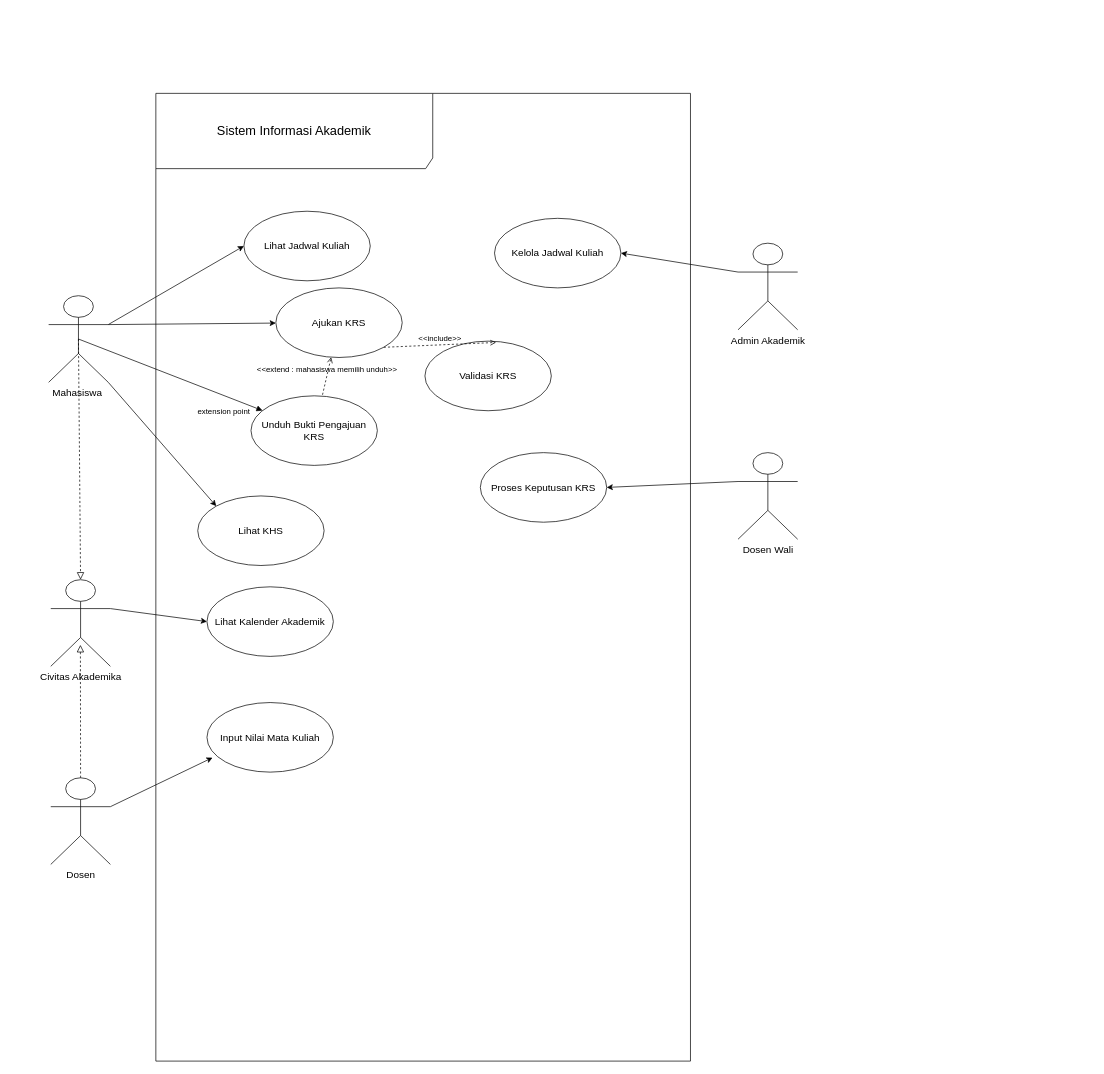
Above: 03_latihan_tools/P04/SIA/P04_2406011_SIA_usecase_v01.drawio in rssyiff/IFRWP5149_2406011_LabAlat (draw.io), before the change. Source tidied: cells renumbered, new cells numbered last; positions are measured from the earlier drawing's top-left corner, leaving out a move shared by most shapes. Both pictures are drawn from the tidied source at 71%, with x=0, y=0 at pixel (48, 93).
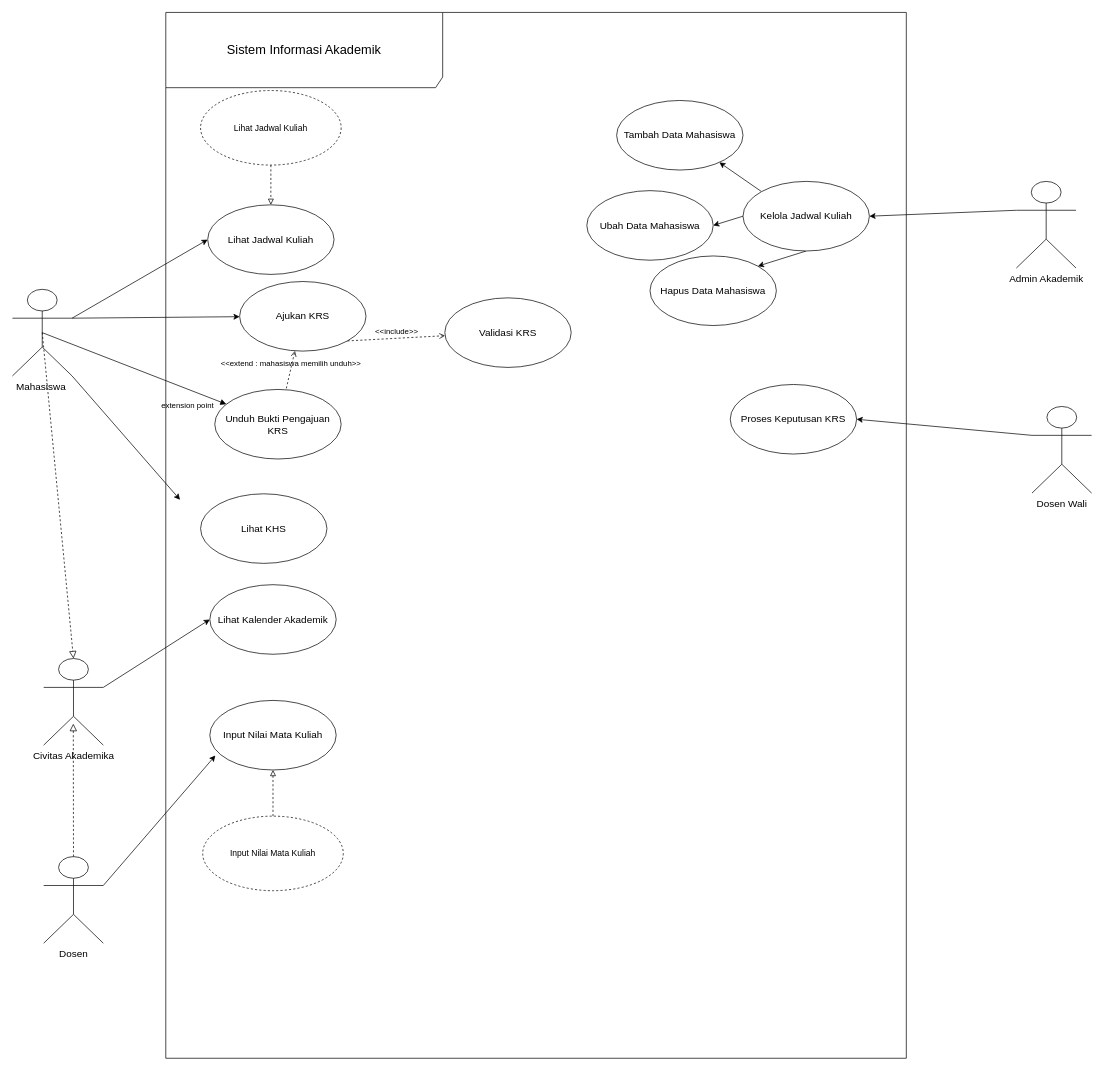
Above is the later version.

Change to the diagram source:
```diff
@@
     <mxCell id="2" value="&lt;font style=&quot;font-size: 18px;&quot;&gt;Sistem Informasi Akademik&lt;/font&gt;" style="shape=umlFrame;whiteSpace=wrap;html=1;width=390;height=106;" parent="1" vertex="1">
-      <mxGeometry x="151" width="753" height="1363" as="geometry" />
+      <mxGeometry x="165" y="-114" width="1043" height="1473" as="geometry" />
     </mxCell>
+    <mxCell id="29" style="rounded=0;jettySize=auto;html=1;exitX=0.5;exitY=1;exitDx=0;exitDy=0;entryX=1;entryY=0;entryDx=0;entryDy=0;defaultLabelBackgroundColor=page;" parent="2" edge="1" source="3" target="34">
+      <mxGeometry relative="1" as="geometry" />
+    </mxCell>
+    <mxCell id="30" style="rounded=0;jettySize=auto;html=1;exitX=0;exitY=0.5;exitDx=0;exitDy=0;entryX=1;entryY=0.5;entryDx=0;entryDy=0;defaultLabelBackgroundColor=page;" parent="2" edge="1" source="3" target="33">
+      <mxGeometry relative="1" as="geometry" />
+    </mxCell>
+    <mxCell id="31" style="rounded=0;jettySize=auto;html=1;exitX=0;exitY=0;exitDx=0;exitDy=0;defaultLabelBackgroundColor=page;" parent="2" edge="1" source="3" target="32">
+      <mxGeometry relative="1" as="geometry" />
+    </mxCell>
     <mxCell id="3" value="&lt;font style=&quot;font-size: 14px;&quot;&gt;Kelola Jadwal Kuliah&lt;/font&gt;" style="ellipse;whiteSpace=wrap;html=1;" parent="2" vertex="1">
-      <mxGeometry x="477" y="176" width="178" height="98" as="geometry" />
+      <mxGeometry x="813" y="238" width="178" height="98" as="geometry" />
     </mxCell>
+    <mxCell id="6" value="&lt;font style=&quot;font-size: 14px;&quot;&gt;Validasi KRS&lt;/font&gt;" style="ellipse;whiteSpace=wrap;html=1;" parent="2" vertex="1">
+      <mxGeometry x="393" y="402" width="178" height="98" as="geometry" />
+    </mxCell>
+    <mxCell id="18" value="&lt;font style=&quot;font-size: 14px;&quot;&gt;Proses Keputusan KRS&lt;/font&gt;" style="ellipse;whiteSpace=wrap;html=1;" parent="2" vertex="1">
+      <mxGeometry x="795" y="524" width="178" height="98" as="geometry" />
+    </mxCell>
+    <mxCell id="32" value="&lt;font style=&quot;font-size: 14px;&quot;&gt;Tambah Data Mahasiswa&lt;/font&gt;" style="ellipse;whiteSpace=wrap;html=1;" parent="2" vertex="1">
+      <mxGeometry x="635" y="124" width="178" height="98" as="geometry" />
+    </mxCell>
+    <mxCell id="33" value="&lt;font style=&quot;font-size: 14px;&quot;&gt;Ubah Data Mahasiswa&lt;/font&gt;" style="ellipse;whiteSpace=wrap;html=1;" parent="2" vertex="1">
+      <mxGeometry x="593" y="251" width="178" height="98" as="geometry" />
+    </mxCell>
+    <mxCell id="34" value="&lt;font style=&quot;font-size: 14px;&quot;&gt;Hapus Data Mahasiswa&lt;/font&gt;" style="ellipse;whiteSpace=wrap;html=1;" parent="2" vertex="1">
+      <mxGeometry x="682" y="343" width="178" height="98" as="geometry" />
+    </mxCell>
     <mxCell id="4" value="&lt;font style=&quot;font-size: 14px;&quot;&gt;Lihat Jadwal Kuliah&lt;/font&gt;" style="ellipse;whiteSpace=wrap;html=1;" parent="2" vertex="1">
-      <mxGeometry x="124" y="166" width="178" height="98" as="geometry" />
+      <mxGeometry x="59" y="271" width="178" height="98" as="geometry" />
     </mxCell>
     <mxCell id="5" value="&lt;font style=&quot;font-size: 14px;&quot;&gt;Ajukan KRS&lt;/font&gt;" style="ellipse;whiteSpace=wrap;html=1;" parent="2" vertex="1">
-      <mxGeometry x="169" y="274" width="178" height="98" as="geometry" />
+      <mxGeometry x="104" y="379" width="178" height="98" as="geometry" />
     </mxCell>
-    <mxCell id="6" value="&lt;font style=&quot;font-size: 14px;&quot;&gt;Validasi KRS&lt;/font&gt;" style="ellipse;whiteSpace=wrap;html=1;" parent="2" vertex="1">
-      <mxGeometry x="379" y="349" width="178" height="98" as="geometry" />
-    </mxCell>
     <mxCell id="7" value="&lt;font style=&quot;font-size: 14px;&quot;&gt;Unduh Bukti Pengajuan KRS&lt;/font&gt;" style="ellipse;whiteSpace=wrap;html=1;" parent="2" vertex="1">
-      <mxGeometry x="134" y="426" width="178" height="98" as="geometry" />
+      <mxGeometry x="69" y="531" width="178" height="98" as="geometry" />
     </mxCell>
@@
-    <mxCell id="9" value="&amp;lt;&amp;lt;include&amp;gt;&amp;gt;" style="html=1;verticalAlign=bottom;labelBackgroundColor=none;endArrow=open;endFill=0;dashed=1;rounded=0;exitX=1;exitY=1;exitDx=0;exitDy=0;entryX=0.563;entryY=0.019;entryDx=0;entryDy=0;entryPerimeter=0;" parent="2" edge="1" source="5" target="6">
+    <mxCell id="9" value="&amp;lt;&amp;lt;include&amp;gt;&amp;gt;" style="html=1;verticalAlign=bottom;labelBackgroundColor=none;endArrow=open;endFill=0;dashed=1;rounded=0;exitX=1;exitY=1;exitDx=0;exitDy=0;" parent="2" edge="1" source="5" target="6">
       <mxGeometry relative="1" as="geometry" />
     </mxCell>
@@
-    <mxCell id="12" style="rounded=0;jettySize=auto;html=1;exitX=1;exitY=1;exitDx=0;exitDy=0;exitPerimeter=0;entryX=0;entryY=0;entryDx=0;entryDy=0;" parent="2" edge="1" source="13" target="16">
-      <mxGeometry relative="1" as="geometry" />
+    <mxCell id="12" style="rounded=0;jettySize=auto;html=1;exitX=1;exitY=1;exitDx=0;exitDy=0;exitPerimeter=0;entryX=0;entryY=0;entryDx=0;entryDy=0;" parent="2" edge="1" source="13">
+      <mxGeometry relative="1" as="geometry">
+        <mxPoint x="20.1" y="686.4" as="targetPoint" />
+      </mxGeometry>
     </mxCell>
     <mxCell id="13" value="&lt;font style=&quot;font-size: 14px;&quot;&gt;Mahasiswa&amp;nbsp;&lt;/font&gt;" style="shape=umlActor;verticalLabelPosition=bottom;verticalAlign=top;html=1;" parent="2" vertex="1">
-      <mxGeometry x="-151" y="285" width="84" height="122" as="geometry" />
+      <mxGeometry x="-216" y="390" width="84" height="122" as="geometry" />
     </mxCell>
     <mxCell id="14" value="&lt;font style=&quot;font-size: 14px;&quot;&gt;Lihat Kalender Akademik&lt;/font&gt;" style="ellipse;whiteSpace=wrap;html=1;" parent="2" vertex="1">
-      <mxGeometry x="72" y="695" width="178" height="98" as="geometry" />
+      <mxGeometry x="62" y="806" width="178" height="98" as="geometry" />
     </mxCell>
     <mxCell id="15" value="&lt;font style=&quot;font-size: 14px;&quot;&gt;Input Nilai Mata Kuliah&lt;/font&gt;" style="ellipse;whiteSpace=wrap;html=1;" parent="2" vertex="1">
-      <mxGeometry x="72" y="858" width="178" height="98" as="geometry" />
+      <mxGeometry x="62" y="969" width="178" height="98" as="geometry" />
     </mxCell>
     <mxCell id="16" value="&lt;font style=&quot;font-size: 14px;&quot;&gt;Lihat KHS&lt;/font&gt;" style="ellipse;whiteSpace=wrap;html=1;" parent="2" vertex="1">
-      <mxGeometry x="59" y="567" width="178" height="98" as="geometry" />
+      <mxGeometry x="49" y="678" width="178" height="98" as="geometry" />
     </mxCell>
@@
-    <mxCell id="18" value="&lt;font style=&quot;font-size: 14px;&quot;&gt;Proses Keputusan KRS&lt;/font&gt;" style="ellipse;whiteSpace=wrap;html=1;" parent="2" vertex="1">
-      <mxGeometry x="457" y="506" width="178" height="98" as="geometry" />
-    </mxCell>
-    <mxCell id="19" style="rounded=0;jettySize=auto;html=1;exitX=0;exitY=0.3333333333333333;exitDx=0;exitDy=0;exitPerimeter=0;entryX=1;entryY=0.5;entryDx=0;entryDy=0;" parent="2" edge="1" source="20" target="18">
-      <mxGeometry relative="1" as="geometry" />
-    </mxCell>
-    <mxCell id="20" value="&lt;font style=&quot;font-size: 14px;&quot;&gt;Dosen Wali&lt;/font&gt;" style="shape=umlActor;verticalLabelPosition=bottom;verticalAlign=top;html=1;" parent="2" vertex="1">
-      <mxGeometry x="820" y="506" width="84" height="122" as="geometry" />
-    </mxCell>
-    <mxCell id="21" style="rounded=0;jettySize=auto;html=1;exitX=0;exitY=0.3333333333333333;exitDx=0;exitDy=0;exitPerimeter=0;entryX=1;entryY=0.5;entryDx=0;entryDy=0;" parent="1" edge="1" source="22" target="3">
-      <mxGeometry relative="1" as="geometry" />
-    </mxCell>
-    <mxCell id="22" value="&lt;font style=&quot;font-size: 14px;&quot;&gt;Admin Akademik&lt;/font&gt;" style="shape=umlActor;verticalLabelPosition=bottom;verticalAlign=top;html=1;" parent="1" vertex="1">
-      <mxGeometry x="971" y="211" width="84" height="122" as="geometry" />
-    </mxCell>
-    <mxCell id="23" style="rounded=0;jettySize=auto;html=1;exitX=1;exitY=0.3333333333333333;exitDx=0;exitDy=0;exitPerimeter=0;entryX=0;entryY=0.5;entryDx=0;entryDy=0;" parent="1" edge="1" source="24" target="14">
+    <mxCell id="23" style="rounded=0;jettySize=auto;html=1;exitX=1;exitY=0.3333333333333333;exitDx=0;exitDy=0;exitPerimeter=0;entryX=0;entryY=0.5;entryDx=0;entryDy=0;" parent="2" edge="1" source="24" target="14">
       <mxGeometry relative="1" as="geometry" />
     </mxCell>
-    <mxCell id="24" value="&lt;font style=&quot;font-size: 14px;&quot;&gt;Civitas Akademika&lt;/font&gt;" style="shape=umlActor;verticalLabelPosition=bottom;verticalAlign=top;html=1;" parent="1" vertex="1">
-      <mxGeometry x="3" y="685" width="84" height="122" as="geometry" />
+    <mxCell id="24" value="&lt;font style=&quot;font-size: 14px;&quot;&gt;Civitas Akademika&lt;/font&gt;" style="shape=umlActor;verticalLabelPosition=bottom;verticalAlign=top;html=1;" parent="2" vertex="1">
+      <mxGeometry x="-172" y="910" width="84" height="122" as="geometry" />
     </mxCell>
-    <mxCell id="25" value="&lt;font style=&quot;font-size: 14px;&quot;&gt;Dosen&lt;/font&gt;" style="shape=umlActor;verticalLabelPosition=bottom;verticalAlign=top;html=1;" parent="1" vertex="1">
-      <mxGeometry x="3" y="964" width="84" height="122" as="geometry" />
+    <mxCell id="25" value="&lt;font style=&quot;font-size: 14px;&quot;&gt;Dosen&lt;/font&gt;" style="shape=umlActor;verticalLabelPosition=bottom;verticalAlign=top;html=1;" parent="2" vertex="1">
+      <mxGeometry x="-172" y="1189" width="84" height="122" as="geometry" />
     </mxCell>
-    <mxCell id="26" style="endArrow=block;startArrow=none;endFill=0;startFill=0;endSize=8;html=1;verticalAlign=bottom;dashed=1;labelBackgroundColor=none;rounded=0;exitX=0.5;exitY=0;exitDx=0;exitDy=0;exitPerimeter=0;entryX=0.497;entryY=0.752;entryDx=0;entryDy=0;entryPerimeter=0;" parent="1" edge="1" source="25" target="24">
+    <mxCell id="26" style="endArrow=block;startArrow=none;endFill=0;startFill=0;endSize=8;html=1;verticalAlign=bottom;dashed=1;labelBackgroundColor=none;rounded=0;exitX=0.5;exitY=0;exitDx=0;exitDy=0;exitPerimeter=0;entryX=0.497;entryY=0.752;entryDx=0;entryDy=0;entryPerimeter=0;" parent="2" edge="1" source="25" target="24">
       <mxGeometry relative="1" as="geometry" />
     </mxCell>
-    <mxCell id="27" style="endArrow=block;startArrow=none;endFill=0;startFill=0;endSize=8;html=1;verticalAlign=bottom;dashed=1;labelBackgroundColor=none;rounded=0;exitX=0.5;exitY=0.5;exitDx=0;exitDy=0;exitPerimeter=0;entryX=0.5;entryY=0;entryDx=0;entryDy=0;entryPerimeter=0;" parent="1" edge="1" source="13" target="24">
+    <mxCell id="27" style="endArrow=block;startArrow=none;endFill=0;startFill=0;endSize=8;html=1;verticalAlign=bottom;dashed=1;labelBackgroundColor=none;rounded=0;exitX=0.5;exitY=0.5;exitDx=0;exitDy=0;exitPerimeter=0;entryX=0.5;entryY=0;entryDx=0;entryDy=0;entryPerimeter=0;" parent="2" edge="1" source="13" target="24">
       <mxGeometry relative="1" as="geometry" />
     </mxCell>
-    <mxCell id="28" style="rounded=0;jettySize=auto;html=1;exitX=1;exitY=0.3333333333333333;exitDx=0;exitDy=0;exitPerimeter=0;entryX=0.044;entryY=0.792;entryDx=0;entryDy=0;entryPerimeter=0;" parent="1" edge="1" source="25" target="15">
+    <mxCell id="28" style="rounded=0;jettySize=auto;html=1;exitX=1;exitY=0.3333333333333333;exitDx=0;exitDy=0;exitPerimeter=0;entryX=0.044;entryY=0.792;entryDx=0;entryDy=0;entryPerimeter=0;" parent="2" edge="1" source="25" target="15">
       <mxGeometry relative="1" as="geometry" />
     </mxCell>
+    <mxCell id="35" style="edgeStyle=orthogonalEdgeStyle;rounded=0;jettySize=auto;html=1;exitX=0.5;exitY=0;exitDx=0;exitDy=0;entryX=0.5;entryY=1;entryDx=0;entryDy=0;defaultLabelBackgroundColor=page;endArrow=block;endFill=0;dashed=1;" parent="2" edge="1" source="36" target="15">
+      <mxGeometry relative="1" as="geometry" />
+    </mxCell>
+    <mxCell id="36" value="Input Nilai Mata Kuliah" style="ellipse;whiteSpace=wrap;html=1;align=center;dashed=1;" parent="2" vertex="1">
+      <mxGeometry x="52" y="1132" width="198" height="105" as="geometry" />
+    </mxCell>
+    <mxCell id="37" style="edgeStyle=orthogonalEdgeStyle;rounded=0;jettySize=auto;html=1;entryX=0.5;entryY=0;entryDx=0;entryDy=0;defaultLabelBackgroundColor=page;endArrow=block;endFill=0;dashed=1;" parent="2" edge="1" source="38" target="4">
+      <mxGeometry relative="1" as="geometry" />
+    </mxCell>
+    <mxCell id="38" value="Lihat Jadwal Kuliah" style="ellipse;whiteSpace=wrap;html=1;align=center;dashed=1;" parent="2" vertex="1">
+      <mxGeometry x="49" y="110" width="198" height="105" as="geometry" />
+    </mxCell>
+    <mxCell id="21" style="rounded=0;jettySize=auto;html=1;exitX=0;exitY=0.3333333333333333;exitDx=0;exitDy=0;exitPerimeter=0;entryX=1;entryY=0.5;entryDx=0;entryDy=0;" parent="1" edge="1" source="22" target="3">
+      <mxGeometry relative="1" as="geometry" />
+    </mxCell>
+    <mxCell id="22" value="&lt;font style=&quot;font-size: 14px;&quot;&gt;Admin Akademik&lt;/font&gt;" style="shape=umlActor;verticalLabelPosition=bottom;verticalAlign=top;html=1;" parent="1" vertex="1">
+      <mxGeometry x="1363" y="124" width="84" height="122" as="geometry" />
+    </mxCell>
+    <mxCell id="20" value="&lt;font style=&quot;font-size: 14px;&quot;&gt;Dosen Wali&lt;/font&gt;" style="shape=umlActor;verticalLabelPosition=bottom;verticalAlign=top;html=1;" parent="1" vertex="1">
+      <mxGeometry x="1385" y="441" width="84" height="122" as="geometry" />
+    </mxCell>
+    <mxCell id="19" style="rounded=0;jettySize=auto;html=1;exitX=0;exitY=0.3333333333333333;exitDx=0;exitDy=0;exitPerimeter=0;entryX=1;entryY=0.5;entryDx=0;entryDy=0;" parent="1" edge="1" source="20" target="18">
+      <mxGeometry relative="1" as="geometry" />
+    </mxCell>
```
